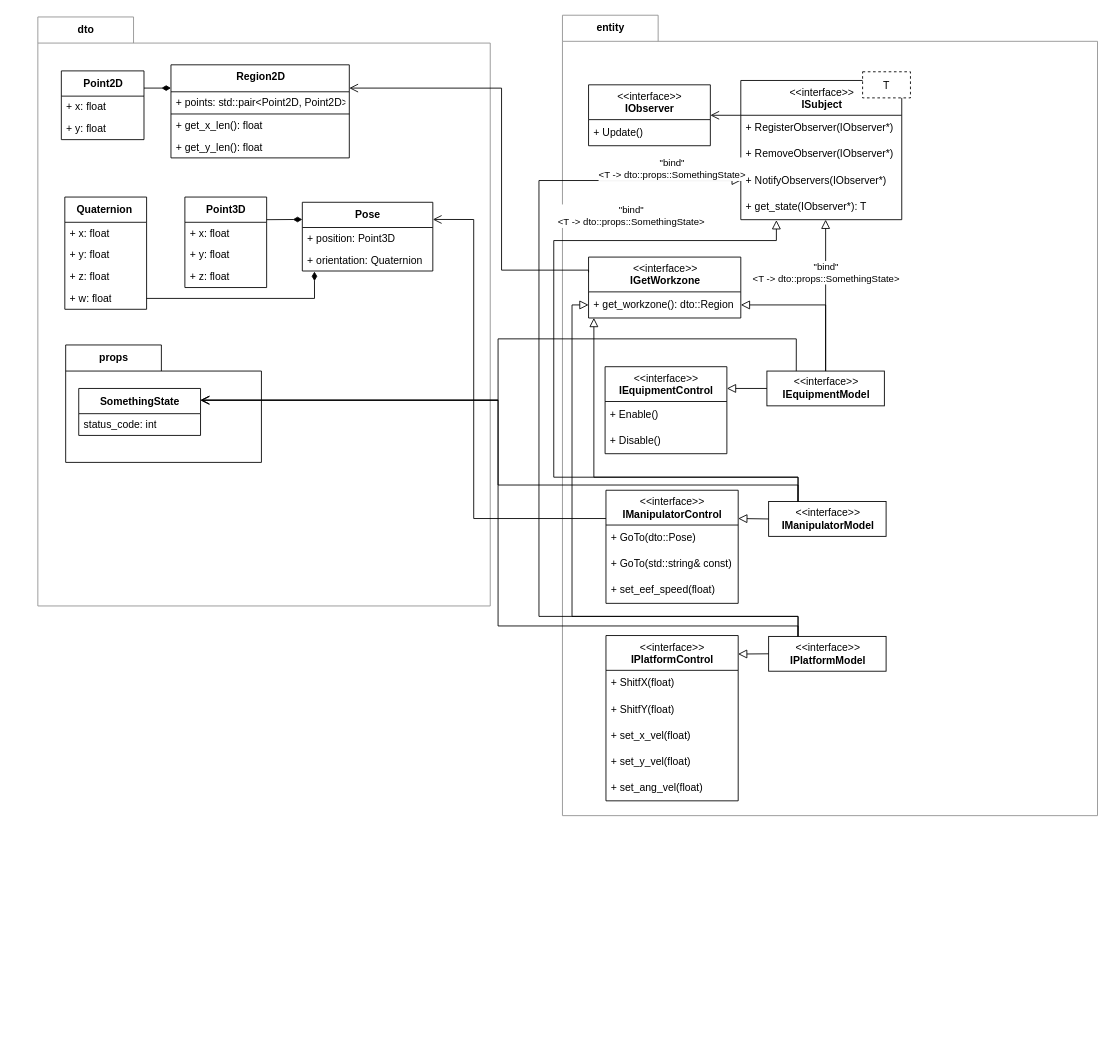
MrLeonardPak/palette-server-ros2 keeps this draw.io diagram as docs/palette-uml-classes.drawio. Above is the earlier version. Source tidied: cells renumbered, new cells numbered last; positions are measured from the earlier drawing's top-left corner, leaving out a move shared by most shapes. Both pictures are drawn from the tidied source at 87%, with x=0, y=0 at pixel (37, 15).
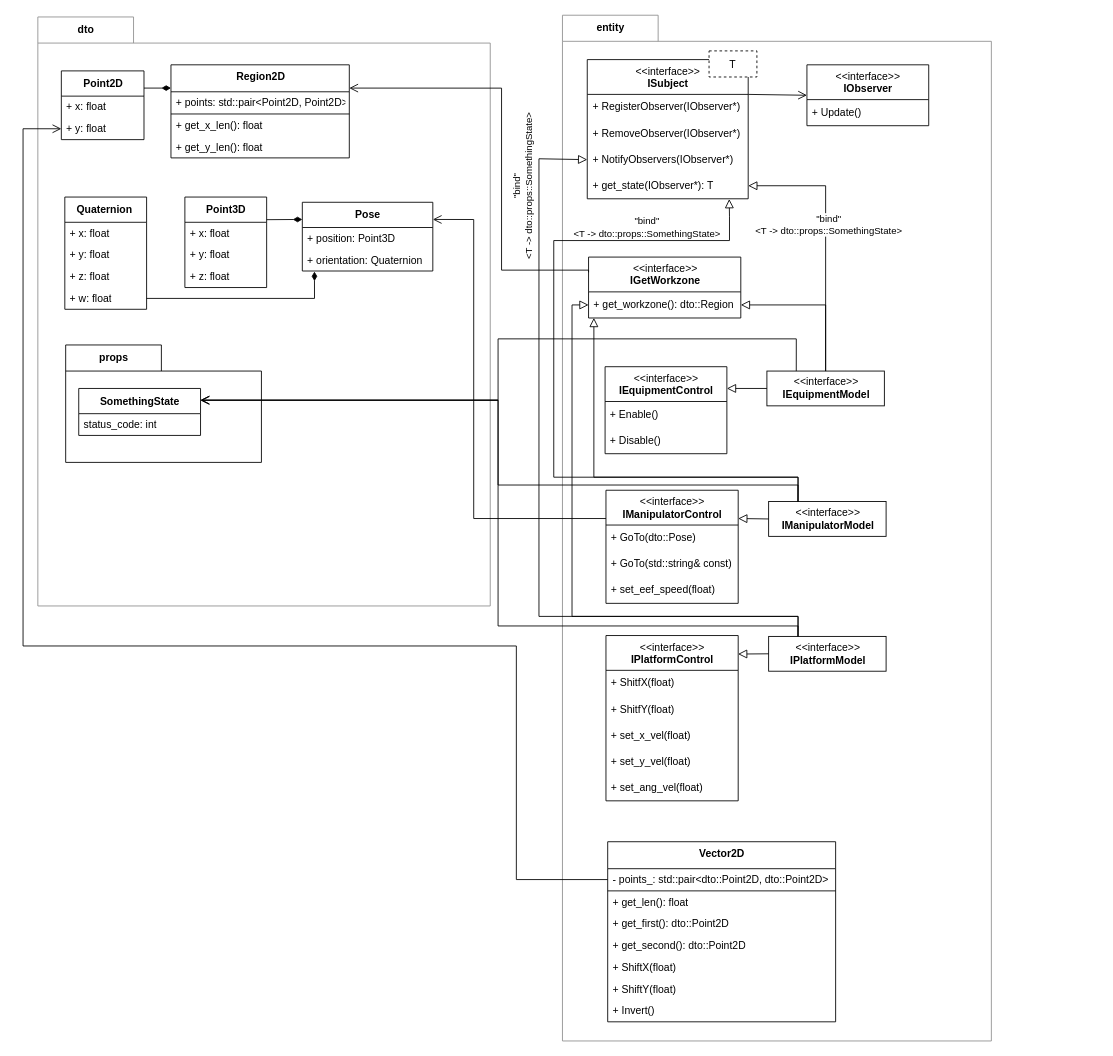
After the change.

Commit message:
finish dto and entity diagram

Unchanged cells that the change refers to:
```xml
<mxCell id="16" value="&amp;lt;&amp;lt;interface&amp;gt;&amp;gt;&lt;br&gt;&lt;b&gt;IEquipmentModel&lt;/b&gt;" style="html=1;align=center;verticalAlign=middle;dashed=0;" parent="2" vertex="1">
  <mxGeometry x="235" y="409" width="135" height="40" as="geometry" />
</mxCell>
<mxCell id="30" value="&amp;lt;&amp;lt;interface&amp;gt;&amp;gt;&lt;br&gt;&lt;b&gt;IManipulatorModel&lt;/b&gt;" style="html=1;align=center;verticalAlign=middle;dashed=0;" parent="2" vertex="1">
  <mxGeometry x="237" y="559" width="135" height="40" as="geometry" />
</mxCell>
<mxCell id="38" value="&amp;lt;&amp;lt;interface&amp;gt;&amp;gt;&lt;br&gt;&lt;b&gt;IPlatformModel&lt;/b&gt;" style="html=1;align=center;verticalAlign=middle;dashed=0;" parent="2" vertex="1">
  <mxGeometry x="237" y="714" width="135" height="40" as="geometry" />
</mxCell>
<mxCell id="58" value="+&amp;nbsp;y: float" style="text;html=1;strokeColor=none;fillColor=none;align=left;verticalAlign=middle;spacingLeft=4;spacingRight=4;overflow=hidden;points=[[0,0.5],[1,0.5]];portConstraint=eastwest;" parent="56" vertex="1">
  <mxGeometry y="54" width="95" height="25" as="geometry" />
</mxCell>
```

Diff of the diagram source:
```diff
@@
     <mxCell id="2" value="entity" style="shape=folder;fontStyle=1;tabWidth=110;tabHeight=30;tabPosition=left;html=1;boundedLbl=1;labelInHeader=1;strokeColor=#8F8F8F;" parent="1" vertex="1">
-      <mxGeometry x="603" width="615" height="920" as="geometry" />
+      <mxGeometry x="603" width="493" height="1179" as="geometry" />
     </mxCell>
@@
     <mxCell id="6" value="&amp;lt;&amp;lt;interface&amp;gt;&amp;gt;&lt;br style=&quot;border-color: var(--border-color);&quot;&gt;&lt;b style=&quot;border-color: var(--border-color);&quot;&gt;IObserver&lt;/b&gt;" style="swimlane;fontStyle=0;align=center;verticalAlign=top;horizontal=1;startSize=40;html=1;" parent="2" vertex="1">
-      <mxGeometry x="30" y="80" width="140" height="70" as="geometry" />
+      <mxGeometry x="281" y="57" width="140" height="70" as="geometry" />
     </mxCell>
@@
-    <mxCell id="8" style="group;" parent="2" vertex="1">
-      <mxGeometry x="205" y="65" width="195" height="170" as="geometry" />
-    </mxCell>
-    <mxCell id="9" value="&amp;lt;&amp;lt;interface&amp;gt;&amp;gt;&lt;br style=&quot;border-color: var(--border-color);&quot;&gt;&lt;b style=&quot;border-color: var(--border-color);&quot;&gt;ISubject&lt;/b&gt;" style="swimlane;fontStyle=0;align=center;verticalAlign=top;horizontal=1;startSize=40;html=1;" parent="8" vertex="1">
-      <mxGeometry y="10" width="185" height="160" as="geometry" />
-    </mxCell>
-    <mxCell id="10" value="+ RegisterObserver(IObserver*)" style="text;html=1;strokeColor=none;fillColor=none;align=left;verticalAlign=middle;spacingLeft=4;spacingRight=4;overflow=hidden;" parent="9" vertex="1">
-      <mxGeometry y="40" width="185" height="30" as="geometry" />
-    </mxCell>
-    <mxCell id="11" value="+ RemoveObserver(IObserver*)" style="text;html=1;strokeColor=none;fillColor=none;align=left;verticalAlign=middle;spacingLeft=4;spacingRight=4;overflow=hidden;" parent="9" vertex="1">
-      <mxGeometry y="70" width="185" height="30" as="geometry" />
-    </mxCell>
-    <mxCell id="12" value="+ NotifyObservers(IObserver*)" style="text;html=1;strokeColor=none;fillColor=none;align=left;verticalAlign=middle;spacingLeft=4;spacingRight=4;overflow=hidden;points=[[0,0.5],[1,0.5]];portConstraint=eastwest;" parent="9" vertex="1">
-      <mxGeometry y="100" width="185" height="30" as="geometry" />
-    </mxCell>
-    <mxCell id="13" value="+ get_state(IObserver*): T" style="text;html=1;strokeColor=none;fillColor=none;align=left;verticalAlign=middle;spacingLeft=4;spacingRight=4;overflow=hidden;points=[[0,0.5],[1,0.5]];portConstraint=eastwest;" parent="9" vertex="1">
-      <mxGeometry y="130" width="185" height="30" as="geometry" />
-    </mxCell>
-    <mxCell id="14" value="T" style="fontStyle=0;dashed=1;" parent="8" vertex="1">
-      <mxGeometry x="140" width="55" height="30" as="geometry" />
-    </mxCell>
-    <mxCell id="15" style="endArrow=open;startArrow=none;endFill=0;startFill=0;endSize=8;html=1;verticalAlign=bottom;labelBackgroundColor=none;strokeWidth=1;rounded=0;entryX=1;entryY=0.5;entryDx=0;entryDy=0;exitX=0;exitY=0.25;exitDx=0;exitDy=0;" parent="2" edge="1" source="9" target="6">
+    <mxCell id="15" style="endArrow=open;startArrow=none;endFill=0;startFill=0;endSize=8;html=1;verticalAlign=bottom;labelBackgroundColor=none;strokeWidth=1;rounded=0;entryX=0;entryY=0.5;entryDx=0;entryDy=0;exitX=1;exitY=0.25;exitDx=0;exitDy=0;" parent="2" edge="1" source="9" target="6">
       <mxGeometry relative="1" as="geometry" />
     </mxCell>
@@
-    <mxCell id="23" style="endArrow=block;html=1;rounded=0;align=center;verticalAlign=bottom;endFill=0;labelBackgroundColor=none;endSize=8;exitX=0.5;exitY=0;exitDx=0;exitDy=0;entryX=0.5;entryY=1;entryDx=0;entryDy=0;" parent="2" edge="1" source="16" target="8">
+    <mxCell id="23" style="endArrow=block;html=1;rounded=0;align=center;verticalAlign=bottom;endFill=0;labelBackgroundColor=none;endSize=8;exitX=0.5;exitY=0;exitDx=0;exitDy=0;entryX=1;entryY=0.5;entryDx=0;entryDy=0;edgeStyle=orthogonalEdgeStyle;" parent="2" edge="1" source="16" target="13">
       <mxGeometry relative="1" as="geometry" />
     </mxCell>
@@
     <mxCell id="25" value="&quot;bind&quot;&lt;br&gt;&amp;lt;T -&amp;gt; dto::props::SomethingState&amp;gt;" style="edgeLabel;html=1;align=center;verticalAlign=middle;" parent="23" vertex="1">
-      <mxGeometry x="0.31" relative="1" as="geometry" />
+      <mxGeometry x="0.31" relative="1" as="geometry">
+        <mxPoint x="3" y="29" as="offset" />
+      </mxGeometry>
     </mxCell>
@@
-    <mxCell id="35" style="endArrow=block;html=1;rounded=0;align=center;verticalAlign=bottom;endFill=0;labelBackgroundColor=none;endSize=8;exitX=0.25;exitY=0;exitDx=0;exitDy=0;entryX=0.221;entryY=1.019;entryDx=0;entryDy=0;edgeStyle=orthogonalEdgeStyle;entryPerimeter=0;" parent="2" edge="1" source="30" target="13">
+    <mxCell id="35" style="endArrow=block;html=1;rounded=0;align=center;verticalAlign=bottom;endFill=0;labelBackgroundColor=none;endSize=8;exitX=0.25;exitY=0;exitDx=0;exitDy=0;entryX=0.882;entryY=1.011;entryDx=0;entryDy=0;edgeStyle=orthogonalEdgeStyle;entryPerimeter=0;" parent="2" edge="1" source="30" target="13">
       <mxGeometry relative="1" as="geometry">
         <Array as="points">
           <mxPoint x="271" y="531" />
           <mxPoint x="-10" y="531" />
           <mxPoint x="-10" y="259" />
-          <mxPoint x="246" y="259" />
+          <mxPoint x="192" y="259" />
+          <mxPoint x="192" y="231" />
         </Array>
       </mxGeometry>
     </mxCell>
@@
     <mxCell id="37" value="&quot;bind&quot;&lt;br&gt;&amp;lt;T -&amp;gt; dto::props::SomethingState&amp;gt;" style="edgeLabel;html=1;align=center;verticalAlign=middle;" parent="35" vertex="1">
-      <mxGeometry x="0.31" relative="1" as="geometry">
-        <mxPoint x="88" y="-46" as="offset" />
+      <mxGeometry relative="1" as="geometry">
+        <mxPoint x="106" y="-181" as="offset" />
       </mxGeometry>
     </mxCell>
@@
     <mxCell id="47" style="endArrow=block;html=1;rounded=0;align=center;verticalAlign=bottom;endFill=0;labelBackgroundColor=none;endSize=8;exitX=0.25;exitY=0;exitDx=0;exitDy=0;entryX=0;entryY=0.5;entryDx=0;entryDy=0;edgeStyle=orthogonalEdgeStyle;" parent="2" edge="1" source="38" target="12">
       <mxGeometry relative="1" as="geometry">
         <Array as="points">
           <mxPoint x="271" y="691" />
           <mxPoint x="-27" y="691" />
-          <mxPoint x="-27" y="190" />
+          <mxPoint x="-27" y="165" />
+          <mxPoint x="29" y="165" />
         </Array>
       </mxGeometry>
     </mxCell>
@@
-    <mxCell id="49" value="&quot;bind&quot;&lt;br&gt;&amp;lt;T -&amp;gt; dto::props::SomethingState&amp;gt;" style="edgeLabel;html=1;align=center;verticalAlign=middle;" parent="47" vertex="1">
+    <mxCell id="49" value="&quot;bind&quot;&lt;br&gt;&amp;lt;T -&amp;gt; dto::props::SomethingState&amp;gt;" style="edgeLabel;html=1;align=center;verticalAlign=middle;horizontal=0;labelBackgroundColor=none;" parent="47" vertex="1">
       <mxGeometry x="0.31" relative="1" as="geometry">
-        <mxPoint x="152" y="-145" as="offset" />
+        <mxPoint x="-19" y="-223" as="offset" />
       </mxGeometry>
     </mxCell>
@@
+    <mxCell id="8" style="group;" parent="2" vertex="1">
+      <mxGeometry x="28.5" y="41" width="195" height="170" as="geometry" />
+    </mxCell>
+    <mxCell id="9" value="&amp;lt;&amp;lt;interface&amp;gt;&amp;gt;&lt;br style=&quot;border-color: var(--border-color);&quot;&gt;&lt;b style=&quot;border-color: var(--border-color);&quot;&gt;ISubject&lt;/b&gt;" style="swimlane;fontStyle=0;align=center;verticalAlign=top;horizontal=1;startSize=40;html=1;" parent="8" vertex="1">
+      <mxGeometry y="10" width="185" height="160" as="geometry" />
+    </mxCell>
+    <mxCell id="10" value="+ RegisterObserver(IObserver*)" style="text;html=1;strokeColor=none;fillColor=none;align=left;verticalAlign=middle;spacingLeft=4;spacingRight=4;overflow=hidden;" parent="9" vertex="1">
+      <mxGeometry y="40" width="185" height="30" as="geometry" />
+    </mxCell>
+    <mxCell id="11" value="+ RemoveObserver(IObserver*)" style="text;html=1;strokeColor=none;fillColor=none;align=left;verticalAlign=middle;spacingLeft=4;spacingRight=4;overflow=hidden;" parent="9" vertex="1">
+      <mxGeometry y="70" width="185" height="30" as="geometry" />
+    </mxCell>
+    <mxCell id="12" value="+ NotifyObservers(IObserver*)" style="text;html=1;strokeColor=none;fillColor=none;align=left;verticalAlign=middle;spacingLeft=4;spacingRight=4;overflow=hidden;points=[[0,0.5],[1,0.5]];portConstraint=eastwest;" parent="9" vertex="1">
+      <mxGeometry y="100" width="185" height="30" as="geometry" />
+    </mxCell>
+    <mxCell id="13" value="+ get_state(IObserver*): T" style="text;html=1;strokeColor=none;fillColor=none;align=left;verticalAlign=middle;spacingLeft=4;spacingRight=4;overflow=hidden;points=[[0,0.5],[1,0.5]];portConstraint=eastwest;" parent="9" vertex="1">
+      <mxGeometry y="130" width="185" height="30" as="geometry" />
+    </mxCell>
+    <mxCell id="14" value="T" style="fontStyle=0;dashed=1;" parent="8" vertex="1">
+      <mxGeometry x="140" width="55" height="30" as="geometry" />
+    </mxCell>
+    <mxCell id="84" value="&lt;b&gt;Vector2D&lt;/b&gt;" style="swimlane;fontStyle=0;align=center;verticalAlign=top;horizontal=1;startSize=31;html=1;" parent="2" vertex="1">
+      <mxGeometry x="52" y="950" width="262" height="207" as="geometry" />
+    </mxCell>
+    <mxCell id="85" value="- points_: std::pair&amp;lt;dto::Point2D, dto::Point2D&amp;gt;" style="text;html=1;strokeColor=none;fillColor=none;align=left;verticalAlign=middle;spacingLeft=4;spacingRight=4;overflow=hidden;points=[[0,0.5],[1,0.5]];portConstraint=eastwest;" parent="84" vertex="1">
+      <mxGeometry y="31" width="262" height="25" as="geometry" />
+    </mxCell>
+    <mxCell id="86" style="line;strokeWidth=1;fillColor=none;align=left;verticalAlign=middle;spacingTop=-1;spacingLeft=3;spacingRight=3;labelPosition=right;" parent="84" vertex="1">
+      <mxGeometry y="56" width="262" height="1" as="geometry" />
+    </mxCell>
+    <mxCell id="87" value="+ get_len(): float" style="text;html=1;strokeColor=none;fillColor=none;align=left;verticalAlign=middle;spacingLeft=4;spacingRight=4;overflow=hidden;" parent="84" vertex="1">
+      <mxGeometry y="57" width="262" height="25" as="geometry" />
+    </mxCell>
+    <mxCell id="88" value="+ get_first(): dto::Point2D" style="text;html=1;strokeColor=none;fillColor=none;align=left;verticalAlign=middle;spacingLeft=4;spacingRight=4;overflow=hidden;" parent="84" vertex="1">
+      <mxGeometry y="82" width="262" height="25" as="geometry" />
+    </mxCell>
+    <mxCell id="89" value="+ get_second(): dto::Point2D" style="text;html=1;strokeColor=none;fillColor=none;align=left;verticalAlign=middle;spacingLeft=4;spacingRight=4;overflow=hidden;" parent="84" vertex="1">
+      <mxGeometry y="107" width="262" height="25" as="geometry" />
+    </mxCell>
+    <mxCell id="90" value="+ ShiftX(float)" style="text;html=1;strokeColor=none;fillColor=none;align=left;verticalAlign=middle;spacingLeft=4;spacingRight=4;overflow=hidden;" parent="84" vertex="1">
+      <mxGeometry y="132" width="262" height="25" as="geometry" />
+    </mxCell>
+    <mxCell id="91" value="+ ShiftY(float)" style="text;html=1;strokeColor=none;fillColor=none;align=left;verticalAlign=middle;spacingLeft=4;spacingRight=4;overflow=hidden;" parent="84" vertex="1">
+      <mxGeometry y="157" width="262" height="25" as="geometry" />
+    </mxCell>
+    <mxCell id="92" value="+ Invert()" style="text;html=1;strokeColor=none;fillColor=none;align=left;verticalAlign=middle;spacingLeft=4;spacingRight=4;overflow=hidden;" parent="84" vertex="1">
+      <mxGeometry y="182" width="262" height="25" as="geometry" />
+    </mxCell>
@@
+    <mxCell id="93" style="endArrow=open;startArrow=none;endFill=0;startFill=0;endSize=8;html=1;verticalAlign=bottom;labelBackgroundColor=none;strokeWidth=1;rounded=0;exitX=0;exitY=0.5;exitDx=0;exitDy=0;edgeStyle=orthogonalEdgeStyle;entryX=0;entryY=0.5;entryDx=0;entryDy=0;" parent="1" edge="1" source="85" target="58">
+      <mxGeometry relative="1" as="geometry">
+        <Array as="points">
+          <mxPoint x="550" y="993" />
+          <mxPoint x="550" y="725" />
+          <mxPoint x="-17" y="725" />
+          <mxPoint x="-17" y="131" />
+        </Array>
+      </mxGeometry>
+    </mxCell>
```
